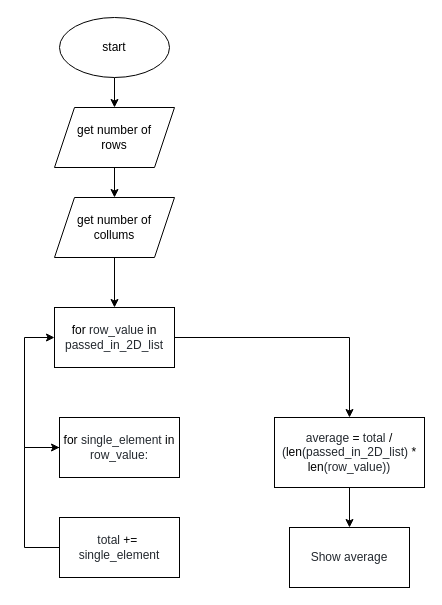
Above: flowchart.drawio in Huzaifa-Khalid-2/ICS3U-Unit6-04-Python (draw.io), before the change. Source tidied: cells renumbered, new cells numbered last; positions are measured from the earlier drawing's top-left corner, leaving out a move shared by most shapes. Both pictures are drawn from the tidied source at 100%, with x=0, y=0 at pixel (24, 17).
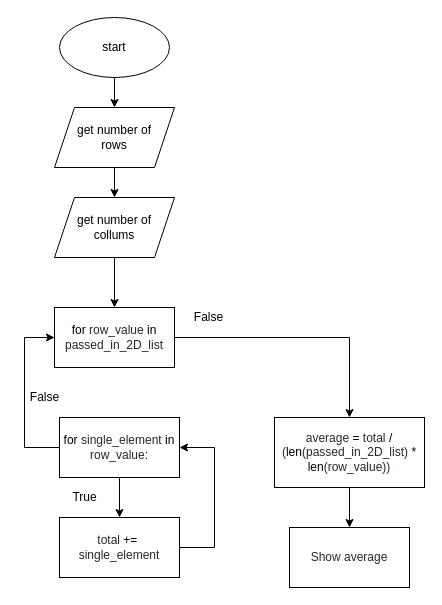
Above is the later version.

Unchanged cells that the change refers to:
```xml
<mxCell id="14" value="&lt;span class=&quot;pl-k&quot; style=&quot;box-sizing: border-box ; font-family: , , &amp;#34;sf mono&amp;#34; , &amp;#34;menlo&amp;#34; , &amp;#34;consolas&amp;#34; , &amp;#34;liberation mono&amp;#34; , monospace ; background-color: rgb(255 , 255 , 255)&quot;&gt;for&lt;/span&gt;&lt;span style=&quot;color: rgb(36 , 41 , 47) ; font-family: , , &amp;#34;sf mono&amp;#34; , &amp;#34;menlo&amp;#34; , &amp;#34;consolas&amp;#34; , &amp;#34;liberation mono&amp;#34; , monospace ; background-color: rgb(255 , 255 , 255)&quot;&gt; &lt;/span&gt;&lt;span class=&quot;pl-s1&quot; style=&quot;box-sizing: border-box ; color: rgb(36 , 41 , 47) ; font-family: , , &amp;#34;sf mono&amp;#34; , &amp;#34;menlo&amp;#34; , &amp;#34;consolas&amp;#34; , &amp;#34;liberation mono&amp;#34; , monospace ; background-color: rgb(255 , 255 , 255)&quot;&gt;&lt;span class=&quot;pl-token&quot; style=&quot;box-sizing: border-box&quot;&gt;single_element&lt;/span&gt;&lt;/span&gt;&lt;span style=&quot;color: rgb(36 , 41 , 47) ; font-family: , , &amp;#34;sf mono&amp;#34; , &amp;#34;menlo&amp;#34; , &amp;#34;consolas&amp;#34; , &amp;#34;liberation mono&amp;#34; , monospace ; background-color: rgb(255 , 255 , 255)&quot;&gt; &lt;/span&gt;&lt;span class=&quot;pl-c1&quot; style=&quot;box-sizing: border-box ; font-family: , , &amp;#34;sf mono&amp;#34; , &amp;#34;menlo&amp;#34; , &amp;#34;consolas&amp;#34; , &amp;#34;liberation mono&amp;#34; , monospace ; background-color: rgb(255 , 255 , 255)&quot;&gt;in&lt;/span&gt;&lt;span style=&quot;color: rgb(36 , 41 , 47) ; font-family: , , &amp;#34;sf mono&amp;#34; , &amp;#34;menlo&amp;#34; , &amp;#34;consolas&amp;#34; , &amp;#34;liberation mono&amp;#34; , monospace ; background-color: rgb(255 , 255 , 255)&quot;&gt; &lt;/span&gt;&lt;span class=&quot;pl-s1&quot; style=&quot;box-sizing: border-box ; color: rgb(36 , 41 , 47) ; font-family: , , &amp;#34;sf mono&amp;#34; , &amp;#34;menlo&amp;#34; , &amp;#34;consolas&amp;#34; , &amp;#34;liberation mono&amp;#34; , monospace ; background-color: rgb(255 , 255 , 255)&quot;&gt;&lt;span class=&quot;pl-token&quot; style=&quot;box-sizing: border-box&quot;&gt;row_value&lt;/span&gt;&lt;/span&gt;&lt;span style=&quot;color: rgb(36 , 41 , 47) ; font-family: , , &amp;#34;sf mono&amp;#34; , &amp;#34;menlo&amp;#34; , &amp;#34;consolas&amp;#34; , &amp;#34;liberation mono&amp;#34; , monospace ; background-color: rgb(255 , 255 , 255)&quot;&gt;:&lt;/span&gt;" style="rounded=0;whiteSpace=wrap;html=1;" parent="1" vertex="1">
  <mxGeometry x="35" y="400" width="120" height="60" as="geometry" />
</mxCell>
<mxCell id="16" value="&lt;span class=&quot;pl-s1&quot; style=&quot;text-align: left ; box-sizing: border-box ; color: rgb(36 , 41 , 47) ; background-color: rgb(255 , 255 , 255)&quot;&gt;&lt;span class=&quot;pl-token&quot; style=&quot;box-sizing: border-box&quot;&gt;total&lt;/span&gt;&lt;/span&gt;&lt;span style=&quot;text-align: left ; color: rgb(36 , 41 , 47) ; background-color: rgb(255 , 255 , 255)&quot;&gt;&amp;nbsp;&lt;/span&gt;&lt;span class=&quot;pl-c1&quot; style=&quot;text-align: left ; box-sizing: border-box ; background-color: rgb(255 , 255 , 255)&quot;&gt;+=&lt;/span&gt;&lt;span style=&quot;text-align: left ; color: rgb(36 , 41 , 47) ; background-color: rgb(255 , 255 , 255)&quot;&gt;&amp;nbsp;&lt;br&gt;&lt;/span&gt;&lt;span class=&quot;pl-s1&quot; style=&quot;text-align: left ; box-sizing: border-box ; color: rgb(36 , 41 , 47) ; background-color: rgb(255 , 255 , 255)&quot;&gt;&lt;span class=&quot;pl-token&quot; style=&quot;box-sizing: border-box&quot;&gt;single_element&lt;/span&gt;&lt;/span&gt;" style="rounded=0;whiteSpace=wrap;html=1;" parent="1" vertex="1">
  <mxGeometry x="35" y="500" width="120" height="60" as="geometry" />
</mxCell>
```

What changed in the source:
```diff
@@
+    <mxCell id="17" style="edgeStyle=none;html=1;entryX=0.5;entryY=0;entryDx=0;entryDy=0;" parent="1" edge="1" source="14" target="16">
+      <mxGeometry relative="1" as="geometry" />
+    </mxCell>
@@
-    <mxCell id="15" style="edgeStyle=elbowEdgeStyle;rounded=0;html=1;exitX=0;exitY=0.5;exitDx=0;exitDy=0;" parent="1" edge="1" source="16">
-      <mxGeometry relative="1" as="geometry">
-        <mxPoint x="35" y="430" as="targetPoint" />
-        <Array as="points">
-          <mxPoint y="490" />
-          <mxPoint x="190" y="480" />
-        </Array>
-      </mxGeometry>
-    </mxCell>
+    <mxCell id="18" style="edgeStyle=elbowEdgeStyle;html=1;entryX=1;entryY=0.5;entryDx=0;entryDy=0;exitX=1;exitY=0.5;exitDx=0;exitDy=0;rounded=0;" parent="1" edge="1" source="16" target="14">
+      <mxGeometry relative="1" as="geometry">
+        <Array as="points">
+          <mxPoint x="190" y="490" />
+        </Array>
+      </mxGeometry>
+    </mxCell>
@@
+    <mxCell id="19" value="False" style="text;html=1;align=center;verticalAlign=middle;strokeColor=none;fillColor=none;" parent="1" vertex="1">
+      <mxGeometry x="-5" y="370" width="50" height="20" as="geometry" />
+    </mxCell>
+    <mxCell id="20" value="True" style="text;html=1;align=center;verticalAlign=middle;strokeColor=none;fillColor=none;" parent="1" vertex="1">
+      <mxGeometry x="40" y="470" width="40" height="20" as="geometry" />
+    </mxCell>
+    <mxCell id="21" value="False" style="text;html=1;align=center;verticalAlign=middle;strokeColor=none;fillColor=none;" parent="1" vertex="1">
+      <mxGeometry x="159" y="290" width="50" height="20" as="geometry" />
+    </mxCell>
```
